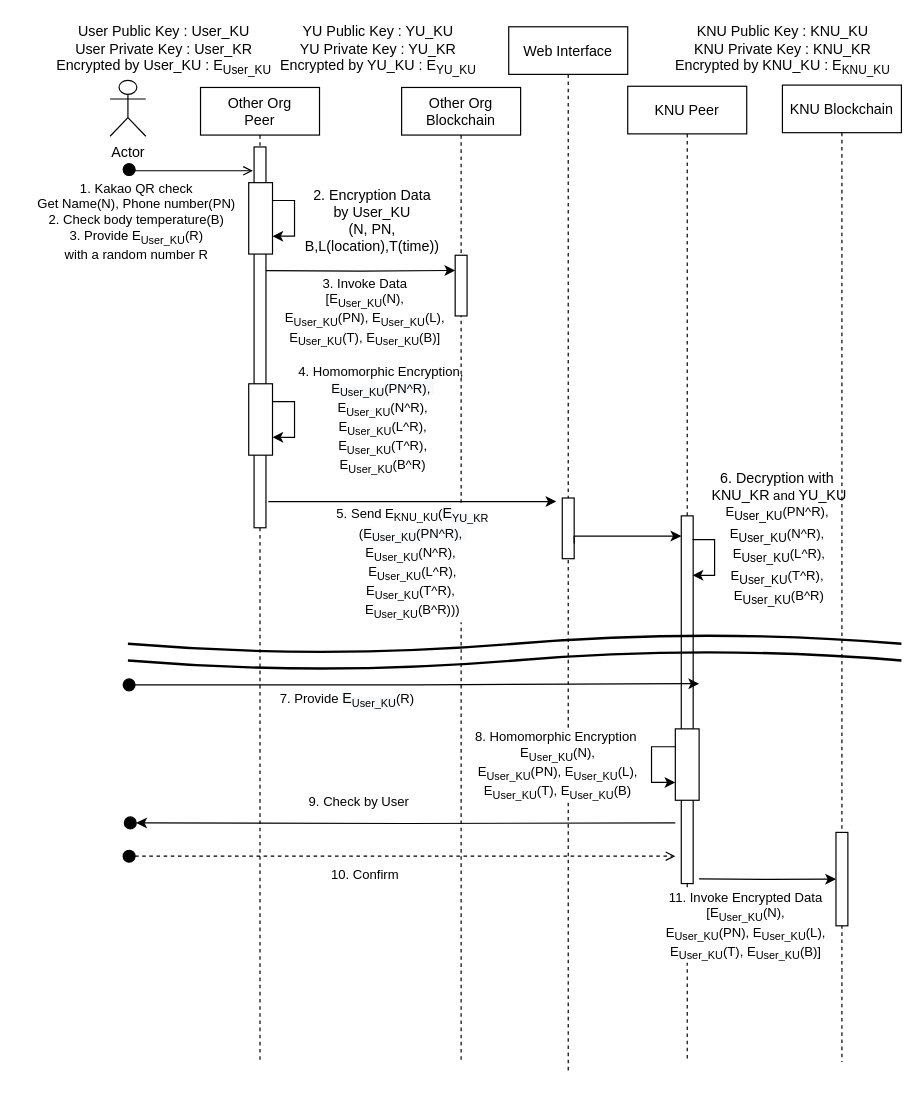
This is page "check by other org" (1 of 4) of SequenceDiagram.drawio from GunhyungKim/TrackingSystem, a draw.io file, before an edit. Source tidied: cells renumbered, new cells numbered last; positions are measured from the earlier drawing's top-left corner, leaving out a move shared by most shapes. Both pictures are drawn from the tidied source at 119%, with x=0, y=0 at pixel (44, 20).
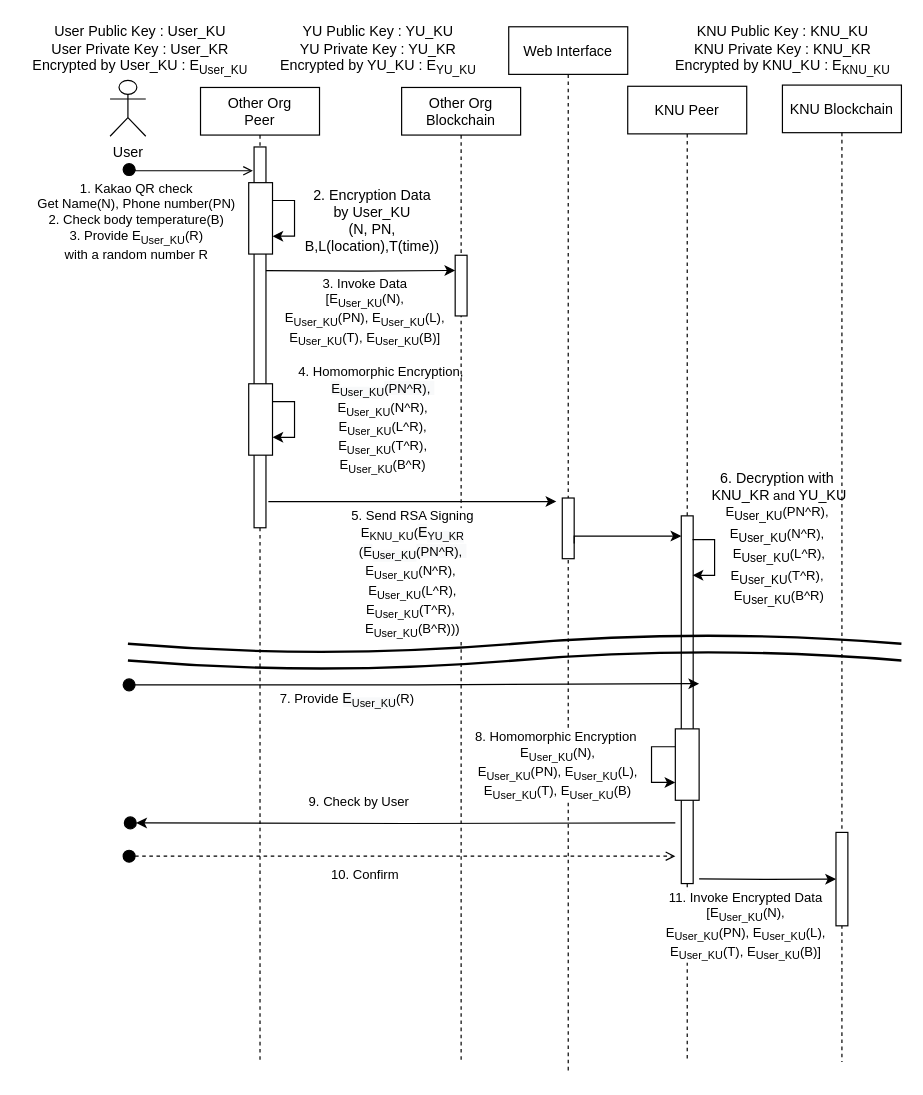
The same diagram, later.

Unchanged cells that the change refers to:
```xml
<mxCell id="27" style="edgeStyle=orthogonalEdgeStyle;rounded=0;orthogonalLoop=1;jettySize=auto;html=1;exitX=1.2;exitY=0.958;exitDx=0;exitDy=0;exitPerimeter=0;" parent="1" edge="1">
  <mxGeometry relative="1" as="geometry">
    <mxPoint x="188" y="404" as="sourcePoint" />
    <mxPoint x="430" y="404" as="targetPoint" />
  </mxGeometry>
</mxCell>
```

The edit, as a diff of the source:
```diff
@@
-    <mxCell id="28" value="5. Send E&lt;sub&gt;KNU_KU&lt;/sub&gt;(&lt;span style=&quot;font-size: 12px ; background-color: rgb(248 , 249 , 250)&quot;&gt;E&lt;/span&gt;&lt;sub style=&quot;background-color: rgb(248 , 249 , 250)&quot;&gt;YU_KR&lt;/sub&gt;&lt;sub&gt;&lt;br&gt;&lt;/sub&gt;(&lt;span style=&quot;background-color: rgb(248 , 249 , 250)&quot;&gt;E&lt;/span&gt;&lt;sub style=&quot;background-color: rgb(248 , 249 , 250)&quot;&gt;User_KU&lt;/sub&gt;&lt;span style=&quot;background-color: rgb(248 , 249 , 250)&quot;&gt;(PN^R),&amp;nbsp;&lt;br&gt;&lt;/span&gt;E&lt;sub&gt;User_KU&lt;/sub&gt;(N^R),&amp;nbsp;&lt;br&gt;E&lt;sub&gt;User_KU&lt;/sub&gt;(L^R),&lt;br&gt;E&lt;sub&gt;User_KU&lt;/sub&gt;(T^R),&amp;nbsp;&lt;br&gt;E&lt;sub&gt;User_KU&lt;/sub&gt;(B^R)))" style="edgeLabel;html=1;align=center;verticalAlign=middle;" parent="27" vertex="1">
+    <mxCell id="28" value="5. Send RSA Signing&lt;br&gt;E&lt;sub&gt;KNU_KU&lt;/sub&gt;(&lt;span style=&quot;font-size: 12px ; background-color: rgb(248 , 249 , 250)&quot;&gt;E&lt;/span&gt;&lt;sub style=&quot;background-color: rgb(248 , 249 , 250)&quot;&gt;YU_KR&lt;/sub&gt;&lt;sub&gt;&lt;br&gt;&lt;/sub&gt;(&lt;span style=&quot;background-color: rgb(248 , 249 , 250)&quot;&gt;E&lt;/span&gt;&lt;sub style=&quot;background-color: rgb(248 , 249 , 250)&quot;&gt;User_KU&lt;/sub&gt;&lt;span style=&quot;background-color: rgb(248 , 249 , 250)&quot;&gt;(PN^R),&amp;nbsp;&lt;br&gt;&lt;/span&gt;E&lt;sub&gt;User_KU&lt;/sub&gt;(N^R),&amp;nbsp;&lt;br&gt;E&lt;sub&gt;User_KU&lt;/sub&gt;(L^R),&lt;br&gt;E&lt;sub&gt;User_KU&lt;/sub&gt;(T^R),&amp;nbsp;&lt;br&gt;E&lt;sub&gt;User_KU&lt;/sub&gt;(B^R)))" style="edgeLabel;html=1;align=center;verticalAlign=middle;" parent="27" vertex="1">
       <mxGeometry x="-0.62" y="-2" relative="1" as="geometry">
-        <mxPoint x="74" y="49" as="offset" />
+        <mxPoint x="74" y="58.5" as="offset" />
       </mxGeometry>
     </mxCell>
@@
     <mxCell id="30" value="User Public Key : User_KU&lt;br&gt;User Private Key : User_KR&lt;br&gt;Encrypted by User_KU : E&lt;sub&gt;User_KU&lt;/sub&gt;" style="text;html=1;align=center;verticalAlign=middle;" parent="1" vertex="1">
-      <mxGeometry width="200" height="50" as="geometry" />
+      <mxGeometry x="-20" width="200" height="50" as="geometry" />
     </mxCell>
@@
-    <mxCell id="47" value="Actor" style="shape=umlActor;verticalLabelPosition=bottom;verticalAlign=top;html=1;fillColor=#ffffff;" parent="1" vertex="1">
+    <mxCell id="47" value="User" style="shape=umlActor;verticalLabelPosition=bottom;verticalAlign=top;html=1;fillColor=#ffffff;align=center;fontStyle=0;" parent="1" vertex="1">
       <mxGeometry x="55" y="50" width="30" height="47" as="geometry" />
     </mxCell>
```
